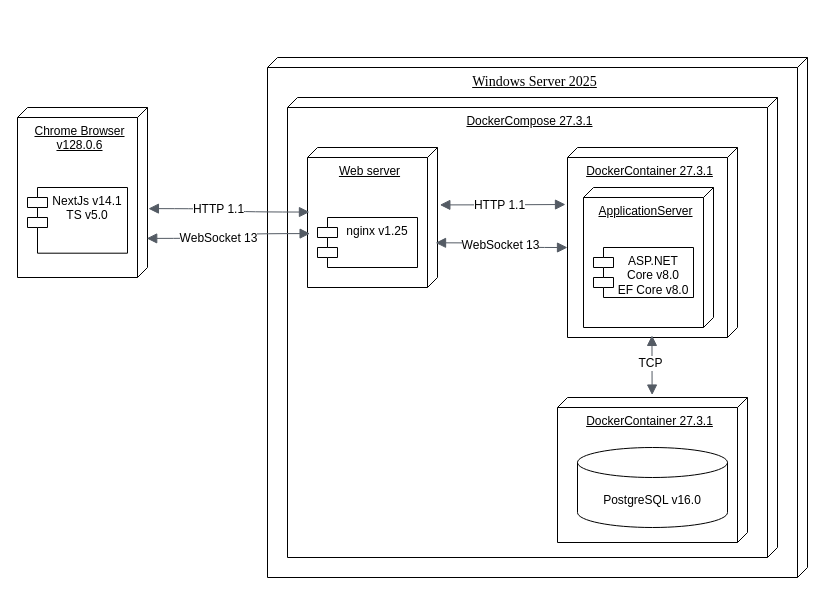
The draw.io diagram Docs/Graph/arhit.drawio in N1i2/GuitarNotepade, before the edit. Source tidied: cells renumbered, new cells numbered last; positions are measured from the earlier drawing's top-left corner, leaving out a move shared by most shapes. Both pictures are drawn from the tidied source at 100%, with x=0, y=0 at pixel (17, 57).
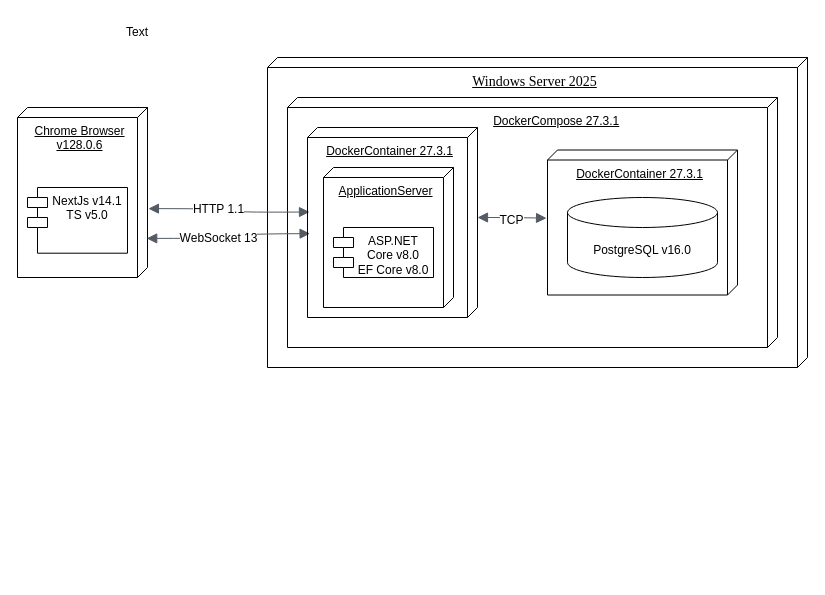
After the change.

Unchanged cells that the change refers to:
```xml
<mxCell id="6" value="&lt;u&gt;Chrome Browser&lt;/u&gt;&lt;div&gt;&lt;u&gt;v128.0.6&lt;/u&gt;&lt;/div&gt;" style="verticalAlign=top;align=center;shape=cube;size=10;direction=south;fontStyle=0;html=1;boundedLbl=1;spacingLeft=5;whiteSpace=wrap;fillColor=none;" parent="5" vertex="1">
  <mxGeometry width="130" height="170" as="geometry" />
</mxCell>
<mxCell id="16" value="&lt;u&gt;DockerContainer 27.3.1&lt;/u&gt;" style="verticalAlign=top;align=center;shape=cube;size=10;direction=south;fontStyle=0;html=1;boundedLbl=1;spacingLeft=5;whiteSpace=wrap;fillColor=none;" parent="15" vertex="1">
  <mxGeometry width="170" height="190" as="geometry" />
</mxCell>
```

Diff of the diagram source:
```diff
@@
     <mxCell id="2" value="&lt;span style=&quot;font-family: &amp;quot;Times New Roman&amp;quot;; font-size: 14px; text-decoration-line: underline;&quot;&gt;Windows Server 2025&lt;/span&gt;" style="verticalAlign=top;align=center;shape=cube;size=10;direction=south;fontStyle=0;html=1;boundedLbl=1;spacingLeft=5;whiteSpace=wrap;fillColor=none;" parent="1" vertex="1">
-      <mxGeometry x="250" width="540" height="520" as="geometry" />
+      <mxGeometry x="250" width="540" height="310" as="geometry" />
     </mxCell>
-    <mxCell id="3" value="&lt;u&gt;DockerCompose 27.3.1&lt;/u&gt;" style="verticalAlign=top;align=center;shape=cube;size=10;direction=south;fontStyle=0;html=1;boundedLbl=1;spacingLeft=5;whiteSpace=wrap;fillColor=none;" parent="1" vertex="1">
-      <mxGeometry x="270" y="40" width="490" height="460" as="geometry" />
+    <mxCell id="3" value="&lt;u&gt;&lt;span style=&quot;white-space: pre;&quot;&gt;&#9;&lt;/span&gt;&lt;span style=&quot;white-space: pre;&quot;&gt;&#9;&lt;/span&gt;DockerCompose 27.3.1&lt;/u&gt;" style="verticalAlign=top;align=center;shape=cube;size=10;direction=south;fontStyle=0;html=1;boundedLbl=1;spacingLeft=5;whiteSpace=wrap;fillColor=none;" parent="1" vertex="1">
+      <mxGeometry x="270" y="40" width="490" height="250" as="geometry" />
     </mxCell>
     <mxCell id="4" value="&lt;u&gt;DockerContainer 27.3.1&lt;/u&gt;" style="verticalAlign=top;align=center;shape=cube;size=10;direction=south;fontStyle=0;html=1;boundedLbl=1;spacingLeft=5;whiteSpace=wrap;fillColor=none;" parent="1" vertex="1">
-      <mxGeometry x="540" y="340" width="190" height="145" as="geometry" />
+      <mxGeometry x="530" y="92.5" width="190" height="145" as="geometry" />
     </mxCell>
@@
-    <mxCell id="8" style="group;fillColor=none;" parent="1" vertex="1">
-      <mxGeometry x="290" y="90" width="130" height="140" as="geometry" />
-    </mxCell>
-    <mxCell id="9" value="&lt;u&gt;Web server&lt;/u&gt;" style="verticalAlign=top;align=center;shape=cube;size=10;direction=south;fontStyle=0;html=1;boundedLbl=1;spacingLeft=5;whiteSpace=wrap;fillColor=none;" parent="8" vertex="1">
-      <mxGeometry width="130" height="140" as="geometry" />
-    </mxCell>
-    <mxCell id="10" value="nginx v1.25" style="shape=module;align=left;spacingLeft=20;align=center;verticalAlign=top;whiteSpace=wrap;html=1;fillColor=none;" parent="8" vertex="1">
-      <mxGeometry x="10" y="70" width="100" height="50" as="geometry" />
-    </mxCell>
-    <mxCell id="11" style="edgeStyle=orthogonalEdgeStyle;html=1;endArrow=block;elbow=vertical;startArrow=block;startFill=1;endFill=1;strokeColor=#545B64;rounded=0;fontSize=12;startSize=8;endSize=8;curved=1;exitX=0.595;exitY=-0.007;exitDx=0;exitDy=0;exitPerimeter=0;entryX=0.461;entryY=0.985;entryDx=0;entryDy=0;entryPerimeter=0;" parent="1" edge="1" source="6" target="9">
-      <mxGeometry relative="1" as="geometry" />
+    <mxCell id="11" style="edgeStyle=orthogonalEdgeStyle;html=1;endArrow=block;elbow=vertical;startArrow=block;startFill=1;endFill=1;strokeColor=#545B64;rounded=0;fontSize=12;startSize=8;endSize=8;curved=1;exitX=0.595;exitY=-0.007;exitDx=0;exitDy=0;exitPerimeter=0;entryX=0.461;entryY=0.985;entryDx=0;entryDy=0;entryPerimeter=0;" parent="1" edge="1" source="6">
+      <mxGeometry relative="1" as="geometry">
+        <mxPoint x="292" y="154.5" as="targetPoint" />
+      </mxGeometry>
     </mxCell>
@@
-    <mxCell id="13" style="edgeStyle=orthogonalEdgeStyle;html=1;endArrow=block;elbow=vertical;startArrow=block;startFill=1;endFill=1;strokeColor=#545B64;rounded=0;fontSize=12;startSize=8;endSize=8;curved=1;exitX=0.77;exitY=0.006;exitDx=0;exitDy=0;exitPerimeter=0;entryX=0.615;entryY=0.98;entryDx=0;entryDy=0;entryPerimeter=0;" parent="1" edge="1" source="6" target="9">
-      <mxGeometry relative="1" as="geometry" />
+    <mxCell id="13" style="edgeStyle=orthogonalEdgeStyle;html=1;endArrow=block;elbow=vertical;startArrow=block;startFill=1;endFill=1;strokeColor=#545B64;rounded=0;fontSize=12;startSize=8;endSize=8;curved=1;exitX=0.77;exitY=0.006;exitDx=0;exitDy=0;exitPerimeter=0;entryX=0.615;entryY=0.98;entryDx=0;entryDy=0;entryPerimeter=0;" parent="1" edge="1" source="6">
+      <mxGeometry relative="1" as="geometry">
+        <mxPoint x="292.6" y="176.1" as="targetPoint" />
+      </mxGeometry>
     </mxCell>
@@
     <mxCell id="15" style="group;fillColor=none;" parent="1" vertex="1">
-      <mxGeometry x="550" y="90" width="170" height="190" as="geometry" />
+      <mxGeometry x="290" y="70" width="170" height="190" as="geometry" />
     </mxCell>
@@
-    <mxCell id="19" style="edgeStyle=orthogonalEdgeStyle;html=1;endArrow=block;elbow=vertical;startArrow=block;startFill=1;endFill=1;strokeColor=#545B64;rounded=0;fontSize=12;startSize=8;endSize=8;curved=1;exitX=0.41;exitY=-0.018;exitDx=0;exitDy=0;exitPerimeter=0;" parent="1" edge="1" source="9">
-      <mxGeometry relative="1" as="geometry">
-        <mxPoint x="548" y="147" as="targetPoint" />
-      </mxGeometry>
-    </mxCell>
-    <mxCell id="20" value="HTTP 1.1" style="edgeLabel;html=1;align=center;verticalAlign=middle;fontSize=12;" parent="19" vertex="1">
-      <mxGeometry x="-0.06" relative="1" as="geometry" />
-    </mxCell>
-    <mxCell id="21" style="edgeStyle=orthogonalEdgeStyle;html=1;endArrow=block;elbow=vertical;startArrow=block;startFill=1;endFill=1;strokeColor=#545B64;rounded=0;fontSize=12;startSize=8;endSize=8;curved=1;exitX=0.681;exitY=0.015;exitDx=0;exitDy=0;exitPerimeter=0;entryX=0;entryY=0;entryDx=100;entryDy=170;entryPerimeter=0;" parent="1" edge="1" source="9" target="16">
-      <mxGeometry relative="1" as="geometry" />
-    </mxCell>
-    <mxCell id="22" value="WebSocket 13" style="edgeLabel;html=1;align=center;verticalAlign=middle;fontSize=12;" parent="21" vertex="1">
-      <mxGeometry x="-0.06" y="-2" relative="1" as="geometry" />
-    </mxCell>
     <mxCell id="23" value="PostgreSQL v16.0" style="shape=cylinder3;whiteSpace=wrap;html=1;boundedLbl=1;backgroundOutline=1;size=15;fillColor=none;" parent="1" vertex="1">
-      <mxGeometry x="560" y="390" width="150" height="80" as="geometry" />
+      <mxGeometry x="550" y="140" width="150" height="80" as="geometry" />
     </mxCell>
-    <mxCell id="24" style="edgeStyle=orthogonalEdgeStyle;html=1;endArrow=block;elbow=vertical;startArrow=block;startFill=1;endFill=1;strokeColor=#545B64;rounded=0;fontSize=12;startSize=8;endSize=8;curved=1;entryX=-0.017;entryY=0.502;entryDx=0;entryDy=0;entryPerimeter=0;exitX=0.989;exitY=0.503;exitDx=0;exitDy=0;exitPerimeter=0;" parent="1" edge="1" source="16" target="4">
+    <mxCell id="24" style="edgeStyle=orthogonalEdgeStyle;html=1;endArrow=block;elbow=vertical;startArrow=block;startFill=1;endFill=1;strokeColor=#545B64;rounded=0;fontSize=12;startSize=8;endSize=8;curved=1;entryX=0.47;entryY=1.005;entryDx=0;entryDy=0;entryPerimeter=0;exitX=0;exitY=0;exitDx=90;exitDy=0;exitPerimeter=0;" parent="1" edge="1" source="16" target="4">
       <mxGeometry relative="1" as="geometry" />
     </mxCell>
@@
+    <mxCell id="26" value="Text" style="text;html=1;whiteSpace=wrap;strokeColor=none;fillColor=none;align=center;verticalAlign=middle;rounded=0;" parent="1" vertex="1">
+      <mxGeometry x="90" y="-40" width="60" height="30" as="geometry" />
+    </mxCell>
```
